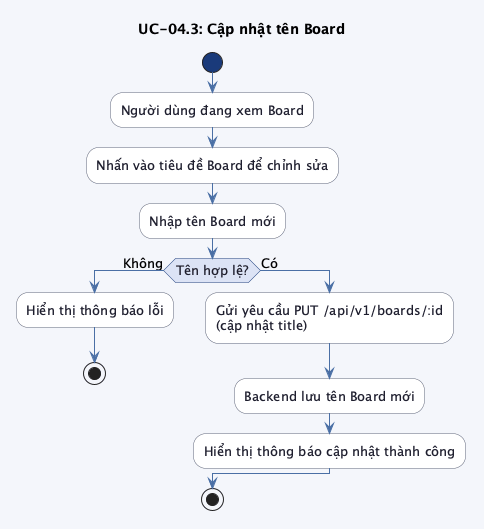
The PlantUML diagram src/images/chap3/activity_uc04_3.png in trongnhan34vn/trello-report, before a commit.
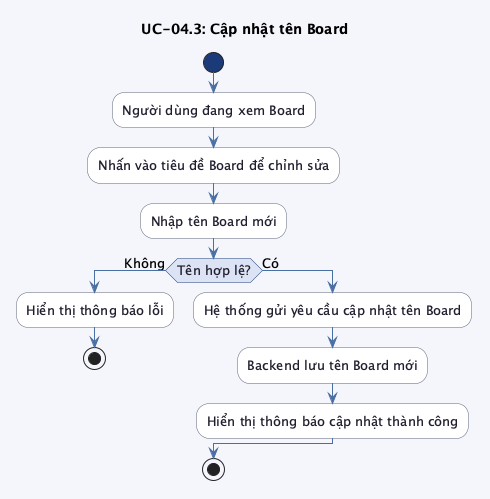
Later version of the same file.

The edit, as a diff of the source:
```diff
@@ -27,7 +27,7 @@
     :Hiển thị thông báo lỗi;
     stop
 else (Có)
-    :Gửi yêu cầu PUT /api/v1/boards/:id\n(cập nhật title);
+    :Hệ thống gửi yêu cầu cập nhật tên Board;
     :Backend lưu tên Board mới;
     :Hiển thị thông báo cập nhật thành công;
 endif
```
